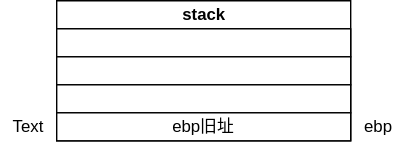
Before: drawio/x86callFunc.drawio.svg, a diagram exported from draw.io (Stolorzs/Picgo). Source tidied: cells renumbered, new cells last; positions are measured from the earlier drawing's top-left corner, leaving out a move shared by most shapes.
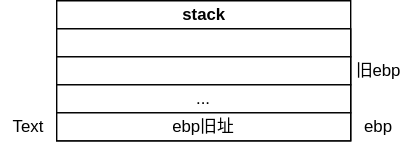
Above is the later version.

What changed in the source:
```diff
@@ -11,7 +11,7 @@
     <mxCell id="4" style="rounded=0;whiteSpace=wrap;html=1;" parent="2" vertex="1">
       <mxGeometry y="40" width="210" height="20" as="geometry" />
     </mxCell>
-    <mxCell id="5" style="rounded=0;whiteSpace=wrap;html=1;" parent="2" vertex="1">
+    <mxCell id="5" value="..." style="rounded=0;whiteSpace=wrap;html=1;" parent="2" vertex="1">
       <mxGeometry y="60" width="210" height="20" as="geometry" />
     </mxCell>
     <mxCell id="6" value="ebp旧址" style="rounded=0;whiteSpace=wrap;html=1;" parent="2" vertex="1">
@@ -23,5 +23,8 @@
     <mxCell id="8" value="ebp" style="text;html=1;align=center;verticalAlign=middle;whiteSpace=wrap;rounded=0;" parent="1" vertex="1">
       <mxGeometry x="250" y="80" width="40" height="20" as="geometry" />
     </mxCell>
+    <mxCell id="9" value="旧ebp" style="text;html=1;align=center;verticalAlign=middle;whiteSpace=wrap;rounded=0;" parent="1" vertex="1">
+      <mxGeometry x="250" y="40" width="40" height="20" as="geometry" />
+    </mxCell>
   </root>
 </mxGraphModel>
```
